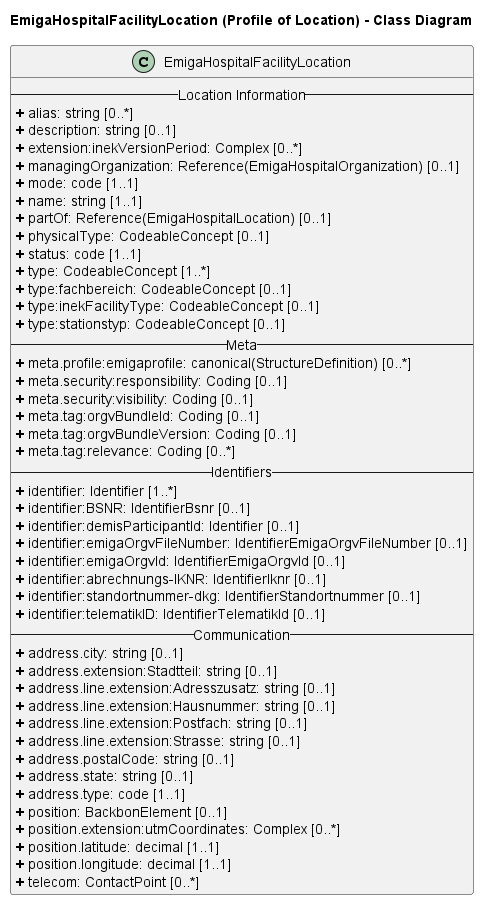
robert-koch-institut/rki.emiga.vzd keeps this PlantUML diagram as rki.emiga.vzd/guides/implementationguides.vzd/PlantUML/PNGs/HospitalFacilityLocation.png. Above is the earlier version. Source of this version:
```plantuml
@startuml
skinparam linetype ortho

title EmigaHospitalFacilityLocation (Profile of Location) - Class Diagram

class EmigaHospitalFacilityLocation{
-- Location Information --
<b>+</b> alias: string [0..*]
<b>+</b> description: string [0..1]
<b>+</b> extension:inekVersionPeriod: Complex [0..*]
<b>+</b> managingOrganization: Reference(EmigaHospitalOrganization) [0..1]
<b>+</b> mode: code [1..1]
<b>+</b> name: string [1..1]
<b>+</b> partOf: Reference(EmigaHospitalLocation) [0..1]
<b>+</b> physicalType: CodeableConcept [0..1]
<b>+</b> status: code [1..1]
<b>+</b> type: CodeableConcept [1..*]
<b>+</b> type:fachbereich: CodeableConcept [0..1]
<b>+</b> type:inekFacilityType: CodeableConcept [0..1]
<b>+</b> type:stationstyp: CodeableConcept [0..1]
-- Meta --
<b>+</b> meta.profile:emigaprofile: canonical(StructureDefinition) [0..*]
<b>+</b> meta.security:responsibility: Coding [0..1]
<b>+</b> meta.security:visibility: Coding [0..1]
<b>+</b> meta.tag:orgvBundleId: Coding [0..1]
<b>+</b> meta.tag:orgvBundleVersion: Coding [0..1]
<b>+</b> meta.tag:relevance: Coding [0..*]
-- Identifiers --
<b>+</b> identifier: Identifier [1..*]
<b>+</b> identifier:BSNR: IdentifierBsnr [0..1]
<b>+</b> identifier:demisParticipantId: Identifier [0..1]
<b>+</b> identifier:emigaOrgvFileNumber: IdentifierEmigaOrgvFileNumber [0..1]
<b>+</b> identifier:emigaOrgvId: IdentifierEmigaOrgvId [0..1]
<b>+</b> identifier:abrechnungs-IKNR: IdentifierIknr [0..1]
<b>+</b> identifier:standortnummer-dkg: IdentifierStandortnummer [0..1]
<b>+</b> identifier:telematikID: IdentifierTelematikId [0..1]
-- Communication --
<b>+</b> address.city: string [0..1]
<b>+</b> address.extension:Stadtteil: string [0..1]
<b>+</b> address.line.extension:Adresszusatz: string [0..1]
<b>+</b> address.line.extension:Hausnummer: string [0..1]
<b>+</b> address.line.extension:Postfach: string [0..1]
<b>+</b> address.line.extension:Strasse: string [0..1]
<b>+</b> address.postalCode: string [0..1]
<b>+</b> address.state: string [0..1]
<b>+</b> address.type: code [1..1]
<b>+</b> position: BackbonElement [0..1]
<b>+</b> position.extension:utmCoordinates: Complex [0..*]
<b>+</b> position.latitude: decimal [1..1]
<b>+</b> position.longitude: decimal [1..1]
<b>+</b> telecom: ContactPoint [0..*]
}
@enduml
```
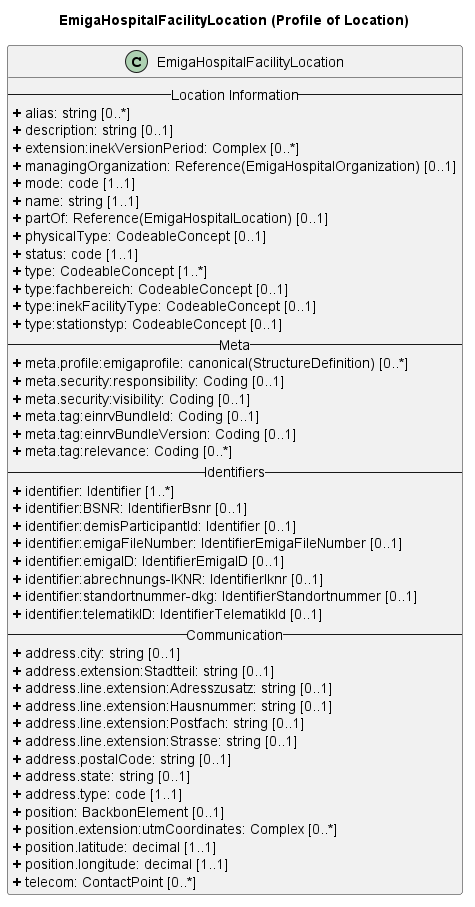
Later version of the same file.

What changed in the source:
```diff
@@ -1,7 +1,7 @@
 @startuml
 skinparam linetype ortho
 
-title EmigaHospitalFacilityLocation (Profile of Location) - Class Diagram
+title EmigaHospitalFacilityLocation (Profile of Location)
 
 class EmigaHospitalFacilityLocation{
 -- Location Information --
@@ -22,15 +22,15 @@
 <b>+</b> meta.profile:emigaprofile: canonical(StructureDefinition) [0..*]
 <b>+</b> meta.security:responsibility: Coding [0..1]
 <b>+</b> meta.security:visibility: Coding [0..1]
-<b>+</b> meta.tag:orgvBundleId: Coding [0..1]
-<b>+</b> meta.tag:orgvBundleVersion: Coding [0..1]
+<b>+</b> meta.tag:einrvBundleId: Coding [0..1]
+<b>+</b> meta.tag:einrvBundleVersion: Coding [0..1]
 <b>+</b> meta.tag:relevance: Coding [0..*]
 -- Identifiers --
 <b>+</b> identifier: Identifier [1..*]
 <b>+</b> identifier:BSNR: IdentifierBsnr [0..1]
 <b>+</b> identifier:demisParticipantId: Identifier [0..1]
-<b>+</b> identifier:emigaOrgvFileNumber: IdentifierEmigaOrgvFileNumber [0..1]
-<b>+</b> identifier:emigaOrgvId: IdentifierEmigaOrgvId [0..1]
+<b>+</b> identifier:emigaFileNumber: IdentifierEmigaFileNumber [0..1]
+<b>+</b> identifier:emigaID: IdentifierEmigaID [0..1]
 <b>+</b> identifier:abrechnungs-IKNR: IdentifierIknr [0..1]
 <b>+</b> identifier:standortnummer-dkg: IdentifierStandortnummer [0..1]
 <b>+</b> identifier:telematikID: IdentifierTelematikId [0..1]
@@ -50,4 +50,5 @@
 <b>+</b> position.longitude: decimal [1..1]
 <b>+</b> telecom: ContactPoint [0..*]
 }
+
 @enduml
```
